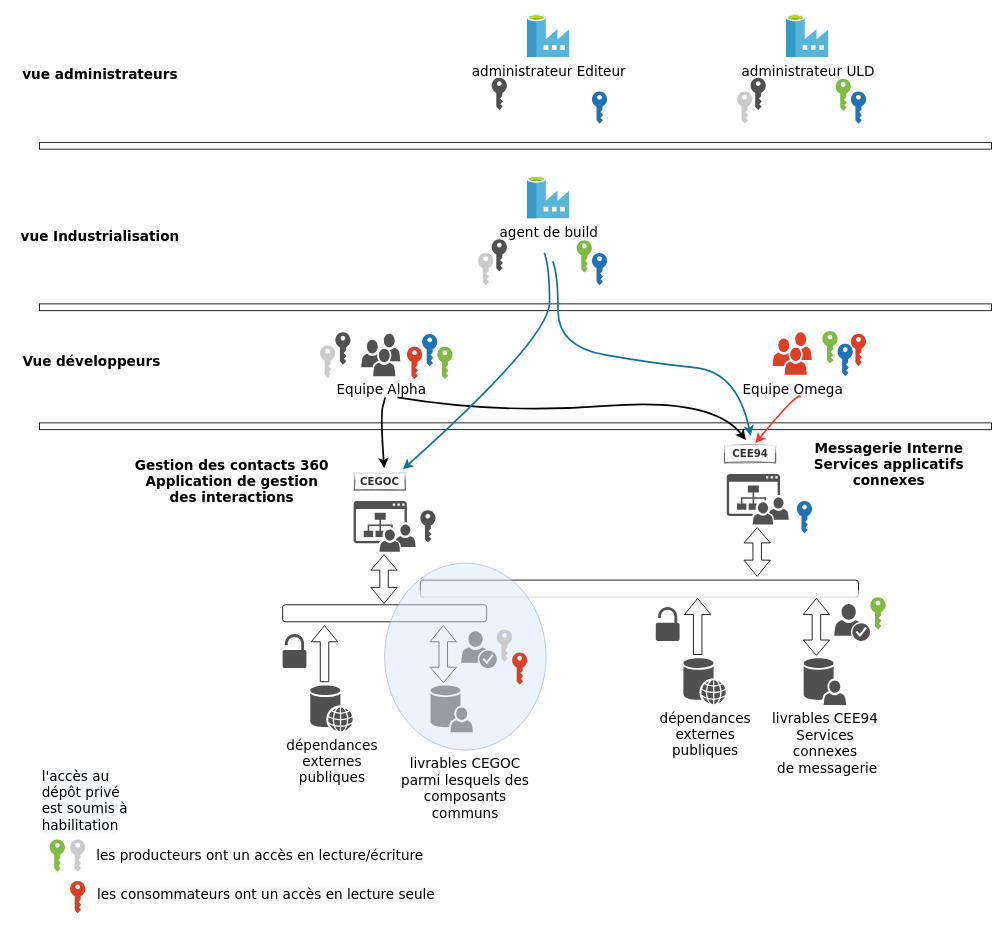
jmrablat/diagrams keeps this draw.io diagram as page "cia_arti_uld" (2 of 2) of cia_artifactory_diagram.drawio. Above is the earlier version. Source tidied: cells renumbered, new cells numbered last; positions are measured from the earlier drawing's top-left corner, leaving out a move shared by most shapes. Both pictures are drawn from the tidied source at 85%, with x=0, y=0 at pixel (14, 14).
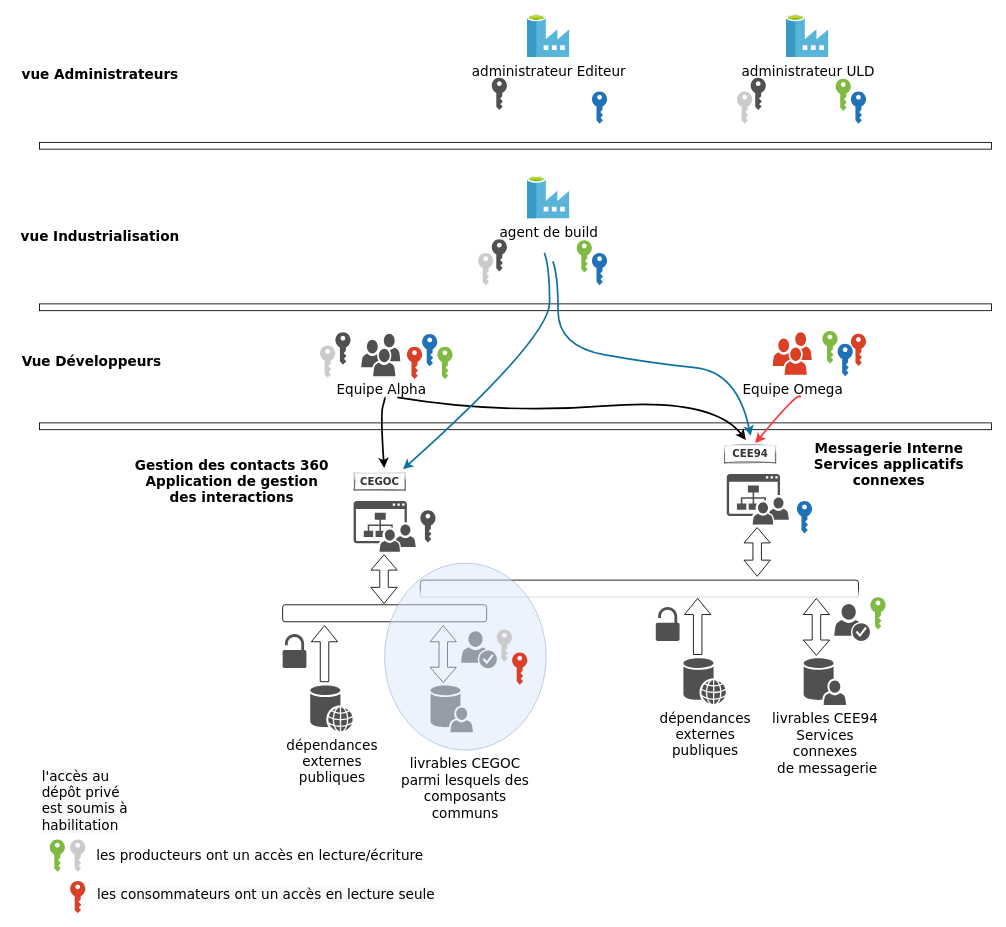
After the change.

Commit message:
nommage des vues

What changed in the source:
```diff
@@
-    <mxCell id="31" value="Vue développeurs" style="text;html=1;align=center;verticalAlign=middle;fillColor=none;strokeColor=none;rounded=0;shadow=0;glass=1;sketch=1;fontFamily=Verdana;fontStyle=1;fontSize=16;" parent="1" vertex="1">
+    <mxCell id="31" value="Vue Développeurs" style="text;html=1;align=center;verticalAlign=middle;fillColor=none;strokeColor=none;rounded=0;shadow=0;glass=1;sketch=1;fontFamily=Verdana;fontStyle=1;fontSize=16;" parent="1" vertex="1">
       <mxGeometry y="398" width="180" height="20" as="geometry" />
     </mxCell>
@@
-    <mxCell id="64" value="vue administrateurs" style="text;html=1;align=center;verticalAlign=middle;fillColor=none;strokeColor=none;rounded=0;shadow=0;glass=1;sketch=1;fontFamily=Verdana;fontStyle=1;fontSize=16;" parent="1" vertex="1">
+    <mxCell id="64" value="vue Administrateurs" style="text;html=1;align=center;verticalAlign=middle;fillColor=none;strokeColor=none;rounded=0;shadow=0;glass=1;sketch=1;fontFamily=Verdana;fontStyle=1;fontSize=16;" parent="1" vertex="1">
       <mxGeometry y="60" width="200" height="20" as="geometry" />
     </mxCell>
```
